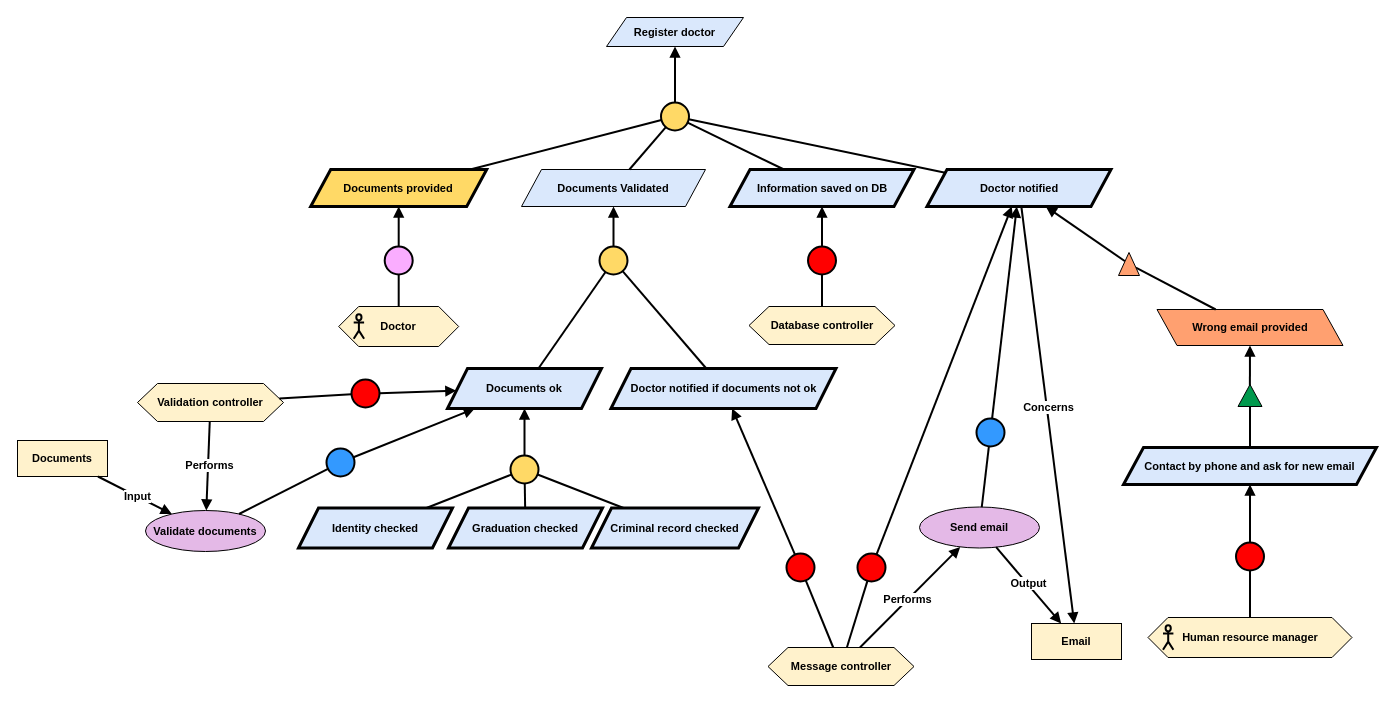
The draw.io diagram Kaos/KAOS 1.drawio in RafaelCMira/myclinic-msp-project, before the edit. Source tidied: cells renumbered, new cells numbered last; positions are measured from the earlier drawing's top-left corner, leaving out a move shared by most shapes. Both pictures are drawn from the tidied source at 100%, with x=0, y=0 at pixel (17, 17).
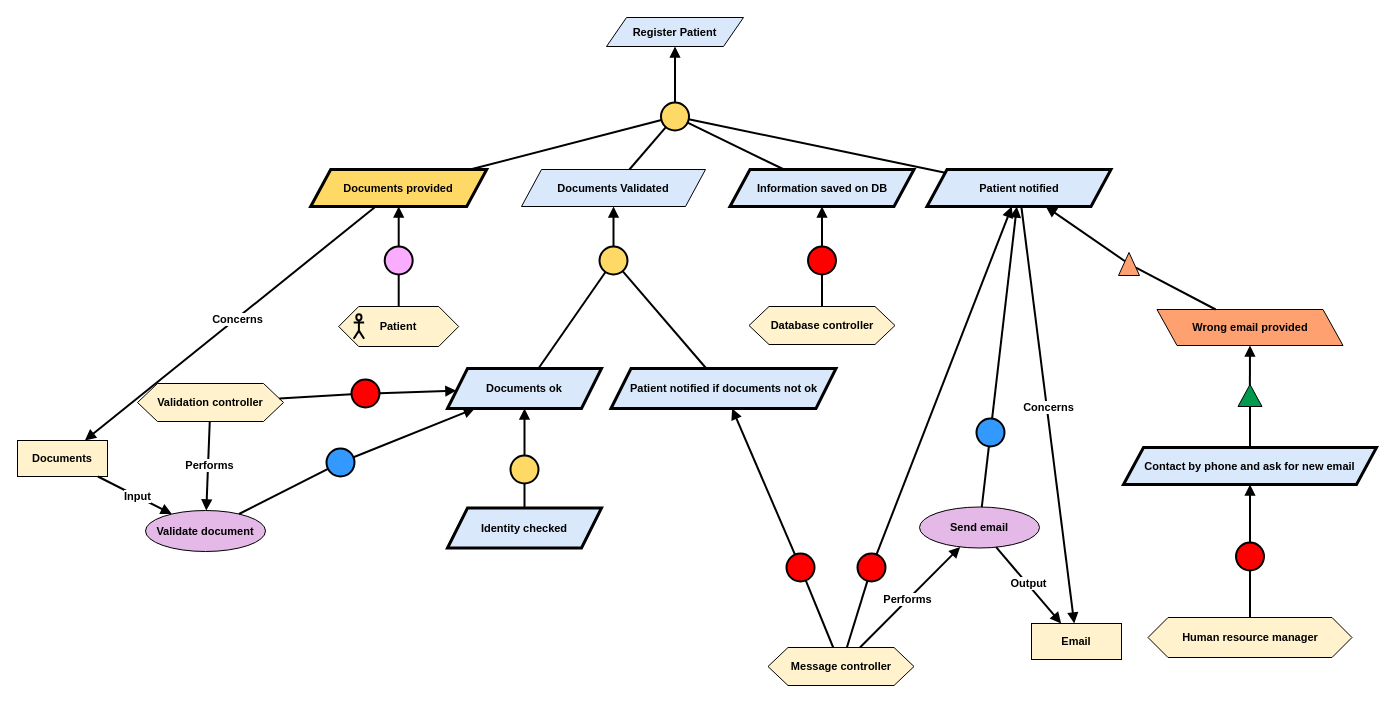
The same page after the edit.

Unchanged cells that the change refers to:
```xml
<mxCell id="8" value="&lt;b&gt;Documents provided&lt;/b&gt;" style="shape=parallelogram;perimeter=parallelogramPerimeter;whiteSpace=wrap;html=1;fixedSize=1;fillColor=#FFD966;strokeColor=#000000;strokeWidth=3;fontFamily=Helvetica;fontSize=11;fontColor=default;labelBackgroundColor=none;" parent="1" vertex="1">
  <mxGeometry x="293.2" y="152" width="176" height="37" as="geometry" />
</mxCell>
<mxCell id="12" style="group;" parent="1" vertex="1">
  <mxGeometry x="321.2" y="289" width="120" height="40" as="geometry" />
</mxCell>
<mxCell id="29" style="ellipse;whiteSpace=wrap;html=1;fillColor=#FFD966;strokeWidth=2;" parent="1" vertex="1">
  <mxGeometry x="493" y="438" width="28" height="28" as="geometry" />
</mxCell>
<mxCell id="60" value="&lt;b&gt;Documents&lt;/b&gt;" style="rounded=0;whiteSpace=wrap;html=1;fillColor=#FFF2CC;fontFamily=Helvetica;fontSize=11;fontColor=default;labelBackgroundColor=none;" parent="1" vertex="1">
  <mxGeometry y="423" width="90" height="36" as="geometry" />
</mxCell>
<mxCell id="72" style="group;fontFamily=Helvetica;fontSize=11;fontColor=default;labelBackgroundColor=default;" parent="1" vertex="1">
  <mxGeometry x="1130.5" y="600" width="204" height="40" as="geometry" />
</mxCell>
```

Diff of the diagram source:
```diff
@@
-    <mxCell id="2" value="&lt;b&gt;Register doctor&lt;/b&gt;" style="shape=parallelogram;perimeter=parallelogramPerimeter;whiteSpace=wrap;html=1;fixedSize=1;fillColor=#dae8fc;strokeColor=#000000;fontFamily=Helvetica;fontSize=11;fontColor=default;labelBackgroundColor=none;" parent="1" vertex="1">
+    <mxCell id="2" value="&lt;b&gt;Register Patient&lt;/b&gt;" style="shape=parallelogram;perimeter=parallelogramPerimeter;whiteSpace=wrap;html=1;fixedSize=1;fillColor=#dae8fc;strokeColor=#000000;fontFamily=Helvetica;fontSize=11;fontColor=default;labelBackgroundColor=none;" parent="1" vertex="1">
       <mxGeometry x="589" width="137" height="29" as="geometry" />
     </mxCell>
@@
-    <mxCell id="13" value="&lt;div&gt;&lt;b&gt;Doctor&lt;/b&gt;&lt;/div&gt;" style="shape=hexagon;perimeter=hexagonPerimeter2;whiteSpace=wrap;html=1;fixedSize=1;fillColor=#FFF2CC;fontFamily=Helvetica;fontSize=11;fontColor=default;labelBackgroundColor=none;" parent="12" vertex="1">
+    <mxCell id="13" value="&lt;div&gt;&lt;b&gt;Patient&lt;/b&gt;&lt;/div&gt;" style="shape=hexagon;perimeter=hexagonPerimeter2;whiteSpace=wrap;html=1;fixedSize=1;fillColor=#FFF2CC;fontFamily=Helvetica;fontSize=11;fontColor=default;labelBackgroundColor=none;" parent="12" vertex="1">
       <mxGeometry width="120" height="40" as="geometry" />
     </mxCell>
@@
-    <mxCell id="22" value="&lt;b&gt;Doctor notified if documents not ok&lt;/b&gt;" style="shape=parallelogram;perimeter=parallelogramPerimeter;whiteSpace=wrap;html=1;fixedSize=1;fillColor=#dae8fc;strokeColor=#000000;strokeWidth=3;fontFamily=Helvetica;fontSize=11;fontColor=default;labelBackgroundColor=none;" parent="1" vertex="1">
+    <mxCell id="22" value="&lt;b&gt;Patient notified if documents not ok&lt;/b&gt;" style="shape=parallelogram;perimeter=parallelogramPerimeter;whiteSpace=wrap;html=1;fixedSize=1;fillColor=#dae8fc;strokeColor=#000000;strokeWidth=3;fontFamily=Helvetica;fontSize=11;fontColor=default;labelBackgroundColor=none;" parent="1" vertex="1">
       <mxGeometry x="593.5" y="351" width="225" height="40" as="geometry" />
     </mxCell>
@@
     <mxCell id="26" value="&lt;b&gt;Identity checked&lt;/b&gt;" style="shape=parallelogram;perimeter=parallelogramPerimeter;whiteSpace=wrap;html=1;fixedSize=1;fillColor=#dae8fc;strokeColor=#000000;fontFamily=Helvetica;fontSize=11;fontColor=default;labelBackgroundColor=none;strokeWidth=3;" parent="1" vertex="1">
-      <mxGeometry x="281" y="490.5" width="154" height="40" as="geometry" />
+      <mxGeometry x="430" y="490.5" width="154" height="40" as="geometry" />
     </mxCell>
-    <mxCell id="27" value="&lt;b&gt;Graduation checked&lt;/b&gt;" style="shape=parallelogram;perimeter=parallelogramPerimeter;whiteSpace=wrap;html=1;fixedSize=1;fillColor=#dae8fc;strokeColor=#000000;fontFamily=Helvetica;fontSize=11;fontColor=default;labelBackgroundColor=none;strokeWidth=3;" parent="1" vertex="1">
-      <mxGeometry x="431" y="490.5" width="154" height="40" as="geometry" />
-    </mxCell>
@@
-    <mxCell id="30" style="endArrow=none;html=1;rounded=0;strokeWidth=2;" parent="1" edge="1" source="27" target="29">
-      <mxGeometry relative="1" as="geometry" />
-    </mxCell>
-    <mxCell id="31" value="&lt;b&gt;Criminal record checked&lt;/b&gt;" style="shape=parallelogram;perimeter=parallelogramPerimeter;whiteSpace=wrap;html=1;fixedSize=1;fillColor=#dae8fc;strokeColor=#000000;fontFamily=Helvetica;fontSize=11;fontColor=default;labelBackgroundColor=none;strokeWidth=3;" parent="1" vertex="1">
-      <mxGeometry x="574" y="490.5" width="167" height="40" as="geometry" />
-    </mxCell>
-    <mxCell id="32" style="endArrow=none;html=1;rounded=0;strokeWidth=2;" parent="1" edge="1" source="31" target="29">
-      <mxGeometry relative="1" as="geometry" />
-    </mxCell>
@@
-    <mxCell id="36" value="&lt;b&gt;Doctor notified&lt;/b&gt;" style="shape=parallelogram;perimeter=parallelogramPerimeter;whiteSpace=wrap;html=1;fixedSize=1;fillColor=#dae8fc;strokeColor=#000000;strokeWidth=3;fontFamily=Helvetica;fontSize=11;fontColor=default;labelBackgroundColor=none;" parent="1" vertex="1">
+    <mxCell id="36" value="&lt;b&gt;Patient notified&lt;/b&gt;" style="shape=parallelogram;perimeter=parallelogramPerimeter;whiteSpace=wrap;html=1;fixedSize=1;fillColor=#dae8fc;strokeColor=#000000;strokeWidth=3;fontFamily=Helvetica;fontSize=11;fontColor=default;labelBackgroundColor=none;" parent="1" vertex="1">
       <mxGeometry x="909.5" y="152" width="184" height="37" as="geometry" />
     </mxCell>
@@
-    <mxCell id="56" value="&lt;b&gt;Validate documents&lt;/b&gt;" style="ellipse;whiteSpace=wrap;html=1;fillColor=#E4B9E7;strokeColor=#000000;fontFamily=Helvetica;fontSize=11;fontColor=default;labelBackgroundColor=none;" parent="1" vertex="1">
+    <mxCell id="56" value="&lt;b&gt;Validate document&lt;/b&gt;" style="ellipse;whiteSpace=wrap;html=1;fillColor=#E4B9E7;strokeColor=#000000;fontFamily=Helvetica;fontSize=11;fontColor=default;labelBackgroundColor=none;" parent="1" vertex="1">
       <mxGeometry x="128" y="493" width="120" height="41" as="geometry" />
     </mxCell>
@@
-    <mxCell id="74" style="shape=umlActor;verticalLabelPosition=bottom;verticalAlign=top;html=1;fillColor=none;strokeWidth=2;fontFamily=Helvetica;fontSize=11;fontColor=default;labelBackgroundColor=default;" parent="72" vertex="1">
-      <mxGeometry x="15" y="7.8" width="10.4" height="24.5" as="geometry" />
-    </mxCell>
@@
+    <mxCell id="82" style="endArrow=block;html=1;rounded=0;endFill=1;strokeWidth=2;" parent="1" edge="1" source="8" target="60">
+      <mxGeometry relative="1" as="geometry" />
+    </mxCell>
+    <mxCell id="83" value="&lt;b&gt;Concerns&lt;/b&gt;" style="edgeLabel;html=1;align=center;verticalAlign=middle;" parent="82" vertex="1">
+      <mxGeometry x="-0.04" y="1" relative="1" as="geometry" />
+    </mxCell>
```
